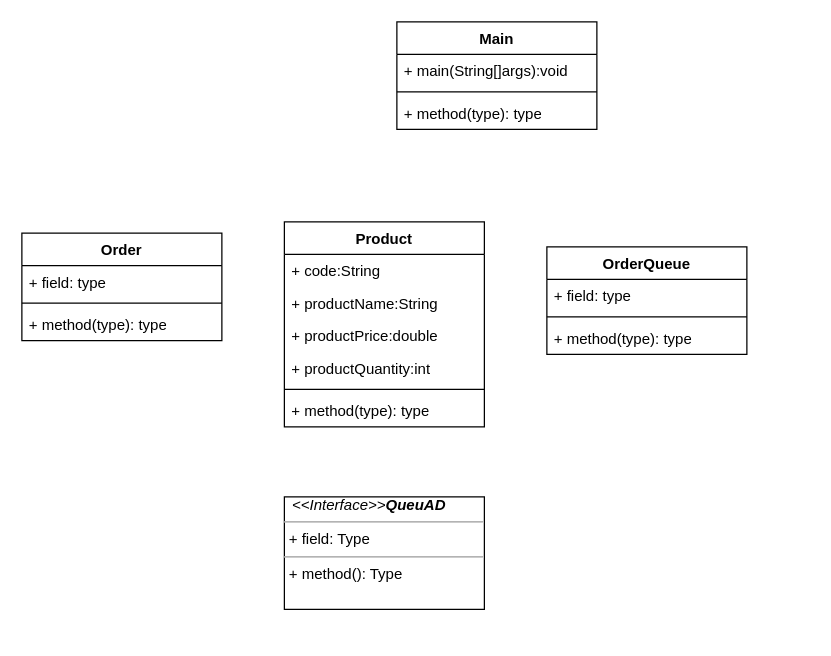
Earlier version of the draw.io diagram DSAprojecgt.drawio (khanh8603/khanh8603). Source tidied: cells renumbered, new cells numbered last; positions are measured from the earlier drawing's top-left corner, leaving out a move shared by most shapes. Both pictures are drawn from the tidied source at 125%, with x=0, y=0 at pixel (21, 21).
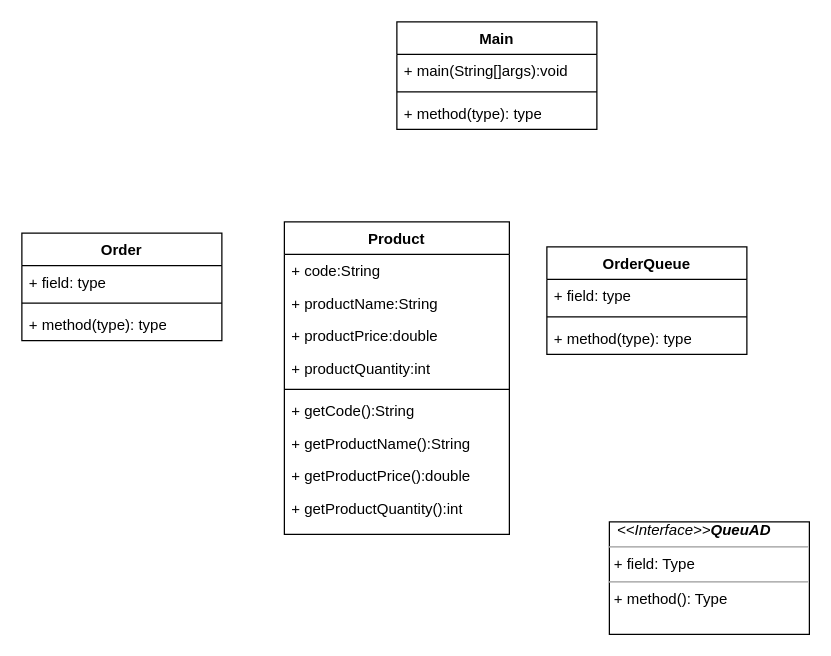
The same page after the edit.

Commit message (it also covers changes not shown here):
Cập nhật DSAprojecgt.drawio

Change to the diagram source:
```diff
@@
     <mxCell id="2" value="Product" style="swimlane;fontStyle=1;align=center;verticalAlign=top;horizontal=1;startSize=26;whiteSpace=wrap;html=1;" parent="1" vertex="1">
-      <mxGeometry x="210" y="160" width="160" height="164" as="geometry" />
+      <mxGeometry x="210" y="160" width="180" height="250" as="geometry" />
     </mxCell>
     <mxCell id="3" value="+ code:String" style="text;strokeColor=none;fillColor=none;align=left;verticalAlign=top;spacingLeft=4;spacingRight=4;overflow=hidden;whiteSpace=wrap;html=1;" parent="2" vertex="1">
-      <mxGeometry y="26" width="160" height="26" as="geometry" />
+      <mxGeometry y="26" width="180" height="26" as="geometry" />
     </mxCell>
     <mxCell id="4" value="+ productName:String" style="text;strokeColor=none;fillColor=none;align=left;verticalAlign=top;spacingLeft=4;spacingRight=4;overflow=hidden;whiteSpace=wrap;html=1;" parent="2" vertex="1">
-      <mxGeometry y="52" width="160" height="26" as="geometry" />
+      <mxGeometry y="52" width="180" height="26" as="geometry" />
     </mxCell>
     <mxCell id="5" value="+ productPrice:double" style="text;strokeColor=none;fillColor=none;align=left;verticalAlign=top;spacingLeft=4;spacingRight=4;overflow=hidden;whiteSpace=wrap;html=1;" parent="2" vertex="1">
-      <mxGeometry y="78" width="160" height="26" as="geometry" />
+      <mxGeometry y="78" width="180" height="26" as="geometry" />
     </mxCell>
     <mxCell id="6" value="+ productQuantity:int" style="text;strokeColor=none;fillColor=none;align=left;verticalAlign=top;spacingLeft=4;spacingRight=4;overflow=hidden;whiteSpace=wrap;html=1;" parent="2" vertex="1">
-      <mxGeometry y="104" width="160" height="26" as="geometry" />
+      <mxGeometry y="104" width="180" height="26" as="geometry" />
     </mxCell>
     <mxCell id="7" style="line;strokeWidth=1;fillColor=none;align=left;verticalAlign=middle;spacingTop=-1;spacingLeft=3;spacingRight=3;labelPosition=right;strokeColor=inherit;" parent="2" vertex="1">
-      <mxGeometry y="130" width="160" height="8" as="geometry" />
+      <mxGeometry y="130" width="180" height="8" as="geometry" />
     </mxCell>
-    <mxCell id="8" value="+ method(type): type" style="text;strokeColor=none;fillColor=none;align=left;verticalAlign=top;spacingLeft=4;spacingRight=4;overflow=hidden;whiteSpace=wrap;html=1;" parent="2" vertex="1">
-      <mxGeometry y="138" width="160" height="26" as="geometry" />
+    <mxCell id="8" value="+ getCode():String" style="text;strokeColor=none;fillColor=none;align=left;verticalAlign=top;spacingLeft=4;spacingRight=4;overflow=hidden;whiteSpace=wrap;html=1;" parent="2" vertex="1">
+      <mxGeometry y="138" width="180" height="26" as="geometry" />
     </mxCell>
+    <mxCell id="22" value="+ getProductName():String" style="text;strokeColor=none;fillColor=none;align=left;verticalAlign=top;spacingLeft=4;spacingRight=4;overflow=hidden;whiteSpace=wrap;html=1;" parent="2" vertex="1">
+      <mxGeometry y="164" width="180" height="26" as="geometry" />
+    </mxCell>
+    <mxCell id="23" value="+ getProductPrice():double" style="text;strokeColor=none;fillColor=none;align=left;verticalAlign=top;spacingLeft=4;spacingRight=4;overflow=hidden;whiteSpace=wrap;html=1;" parent="2" vertex="1">
+      <mxGeometry y="190" width="180" height="26" as="geometry" />
+    </mxCell>
+    <mxCell id="24" value="+ getProductQuantity():int" style="text;strokeColor=none;fillColor=none;align=left;verticalAlign=top;spacingLeft=4;spacingRight=4;overflow=hidden;whiteSpace=wrap;html=1;" parent="2" vertex="1">
+      <mxGeometry y="216" width="180" height="34" as="geometry" />
+    </mxCell>
@@
     <mxCell id="21" value="&lt;i style=&quot;border-color: var(--border-color); text-align: center;&quot;&gt;&amp;nbsp; &amp;lt;&amp;lt;Interface&amp;gt;&amp;gt;&lt;b style=&quot;background-color: initial;&quot;&gt;QueuAD&lt;/b&gt;&lt;br&gt;&lt;/i&gt;&lt;hr size=&quot;1&quot;&gt;&lt;p style=&quot;margin:0px;margin-left:4px;&quot;&gt;+ field: Type&lt;/p&gt;&lt;hr size=&quot;1&quot;&gt;&lt;p style=&quot;margin:0px;margin-left:4px;&quot;&gt;+ method(): Type&lt;/p&gt;" style="verticalAlign=top;align=left;overflow=fill;fontSize=12;fontFamily=Helvetica;html=1;whiteSpace=wrap;" parent="1" vertex="1">
-      <mxGeometry x="210" y="380" width="160" height="90" as="geometry" />
+      <mxGeometry x="470" y="400" width="160" height="90" as="geometry" />
     </mxCell>
```
